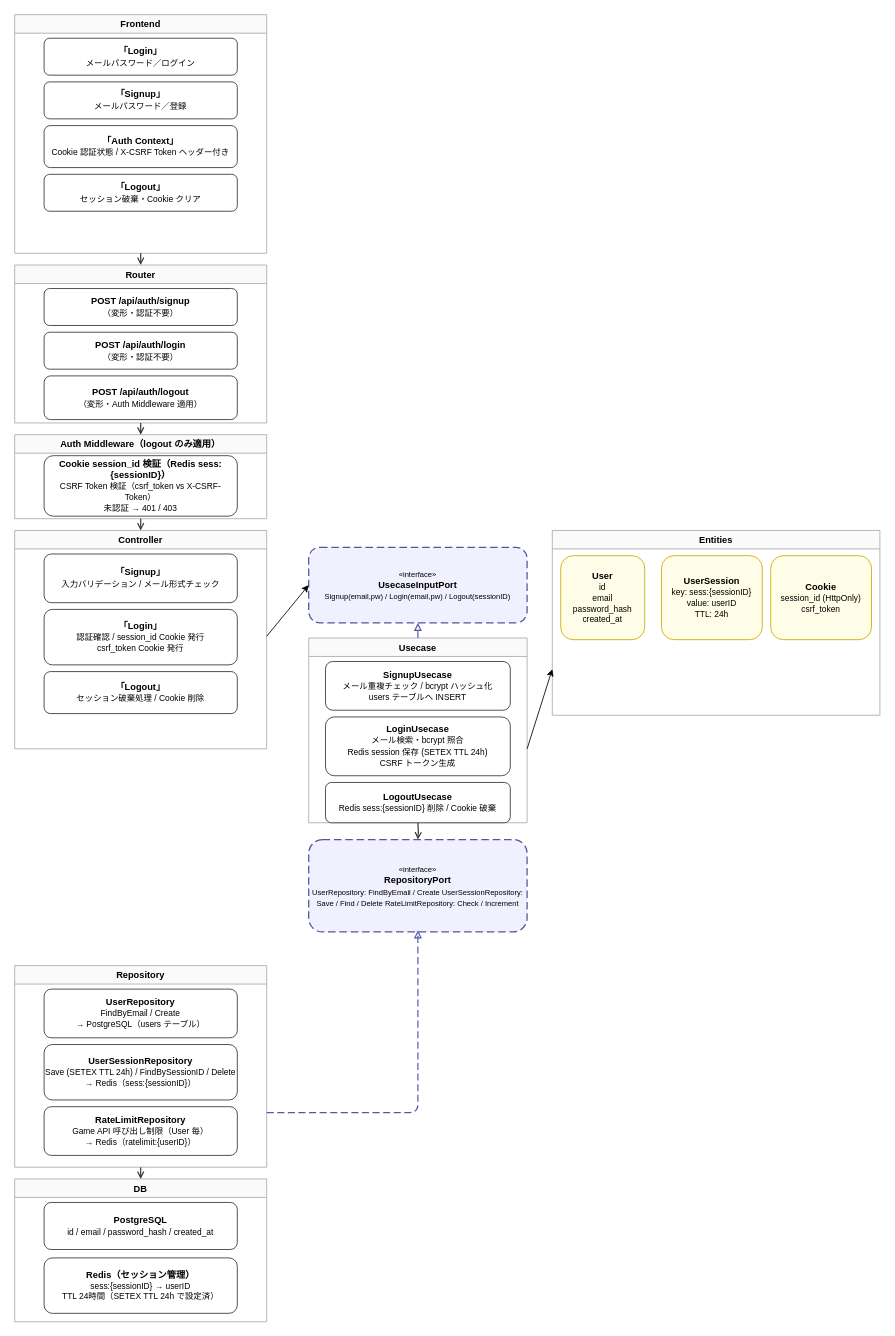
This is docs/アーキテクチャ.drawio from koezuka404/blackjack, a draw.io file, before an edit. Source tidied: cells renumbered, new cells numbered last; positions are measured from the earlier drawing's top-left corner, leaving out a move shared by most shapes. Both pictures are drawn from the tidied source at 84%, with x=0, y=0 at pixel (14, 14).
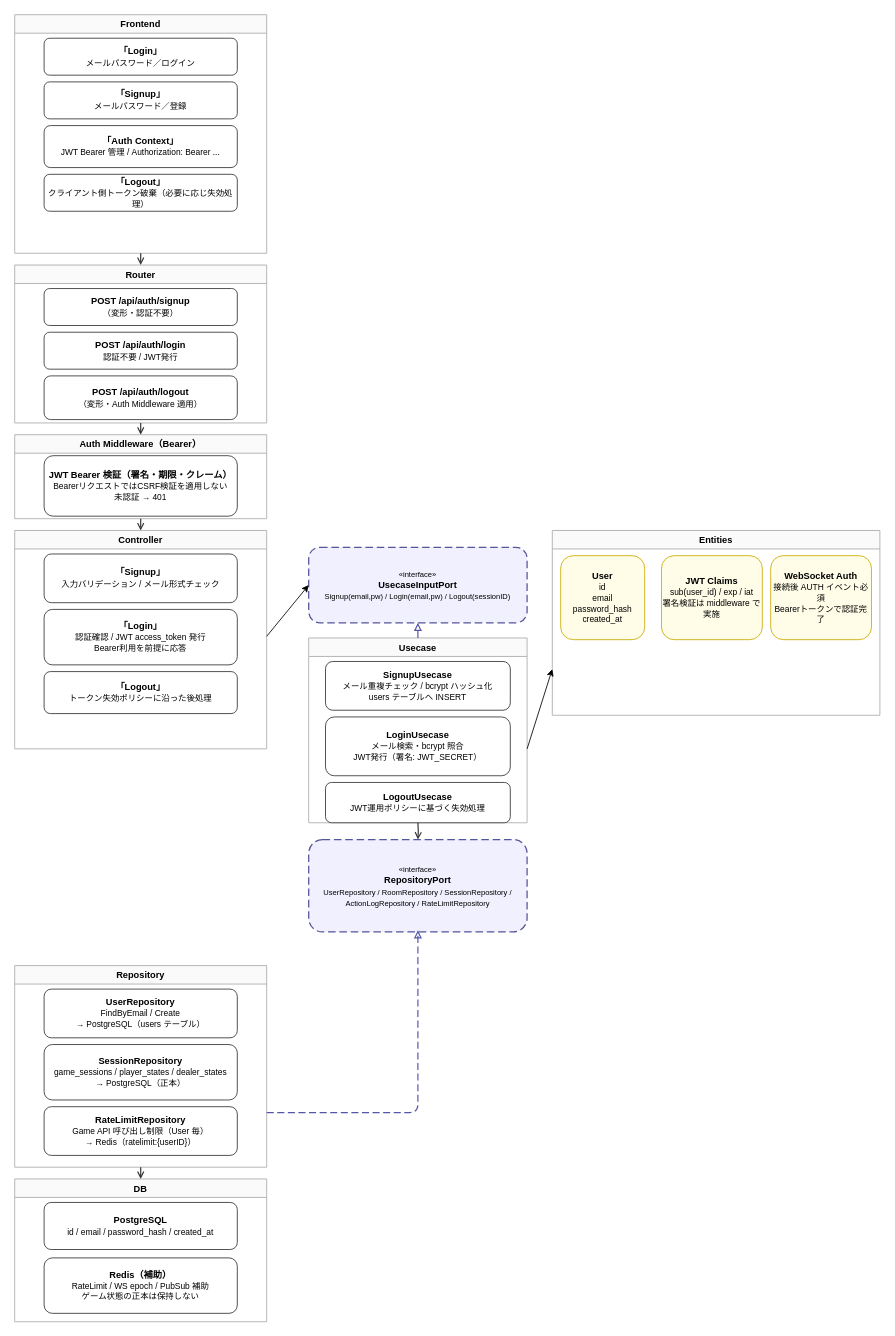
After the change.

The change refers to these unchanged cells:
```xml
<mxCell id="28" value="Entities" style="swimlane;startSize=22;fillColor=#FAFAFA;strokeColor=#AAAAAA;fontColor=#000000;fontStyle=1;fontSize=11;swimlaneLine=1;" parent="1" vertex="1">
  <mxGeometry x="640" y="614" width="390" height="220" as="geometry" />
</mxCell>
```

Diff of the diagram source:
```diff
@@
-    <mxCell id="5" value="&lt;b&gt;「Auth Context」&lt;/b&gt;&lt;br/&gt;&lt;font style=&quot;font-size:10px;&quot;&gt;Cookie 認証状態 / X-CSRF Token ヘッダー付き&lt;/font&gt;" style="rounded=1;whiteSpace=wrap;html=1;fillColor=#FFFFFF;strokeColor=#333333;fontColor=#000000;fontSize=11;align=center;verticalAlign=middle;strokeWidth=1;" parent="1" vertex="1">
+    <mxCell id="5" value="&lt;b&gt;「Auth Context」&lt;/b&gt;&lt;br/&gt;&lt;font style=&quot;font-size:10px;&quot;&gt;JWT Bearer 管理 / Authorization: Bearer ...&lt;/font&gt;" style="rounded=1;whiteSpace=wrap;html=1;fillColor=#FFFFFF;strokeColor=#333333;fontColor=#000000;fontSize=11;align=center;verticalAlign=middle;strokeWidth=1;" parent="1" vertex="1">
       <mxGeometry x="35" y="132" width="230" height="50" as="geometry" />
     </mxCell>
-    <mxCell id="6" value="&lt;b&gt;「Logout」&lt;/b&gt;&lt;br/&gt;&lt;font style=&quot;font-size:10px;&quot;&gt;セッション破棄・Cookie クリア&lt;/font&gt;" style="rounded=1;whiteSpace=wrap;html=1;fillColor=#FFFFFF;strokeColor=#333333;fontColor=#000000;fontSize=11;align=center;verticalAlign=middle;strokeWidth=1;" parent="1" vertex="1">
+    <mxCell id="6" value="&lt;b&gt;「Logout」&lt;/b&gt;&lt;br/&gt;&lt;font style=&quot;font-size:10px;&quot;&gt;クライアント側トークン破棄（必要に応じ失効処理）&lt;/font&gt;" style="rounded=1;whiteSpace=wrap;html=1;fillColor=#FFFFFF;strokeColor=#333333;fontColor=#000000;fontSize=11;align=center;verticalAlign=middle;strokeWidth=1;" parent="1" vertex="1">
       <mxGeometry x="35" y="190" width="230" height="44" as="geometry" />
     </mxCell>
@@
-    <mxCell id="10" value="&lt;b&gt;POST /api/auth/login&lt;/b&gt;&lt;br/&gt;&lt;font style=&quot;font-size:10px;&quot;&gt;（変形・認証不要）&lt;/font&gt;" style="rounded=1;whiteSpace=wrap;html=1;fillColor=#FFFFFF;strokeColor=#333333;fontColor=#000000;fontSize=11;align=center;verticalAlign=middle;strokeWidth=1;" parent="1" vertex="1">
+    <mxCell id="10" value="&lt;b&gt;POST /api/auth/login&lt;/b&gt;&lt;br/&gt;&lt;font style=&quot;font-size:10px;&quot;&gt;認証不要 / JWT発行&lt;/font&gt;" style="rounded=1;whiteSpace=wrap;html=1;fillColor=#FFFFFF;strokeColor=#333333;fontColor=#000000;fontSize=11;align=center;verticalAlign=middle;strokeWidth=1;" parent="1" vertex="1">
       <mxGeometry x="35" y="378" width="230" height="44" as="geometry" />
     </mxCell>
@@
-    <mxCell id="13" value="Auth Middleware（logout のみ適用）" style="swimlane;startSize=22;fillColor=#FAFAFA;strokeColor=#AAAAAA;fontColor=#000000;fontStyle=1;fontSize=11;swimlaneLine=1;" parent="1" vertex="1">
+    <mxCell id="13" value="Auth Middleware（Bearer）" style="swimlane;startSize=22;fillColor=#FAFAFA;strokeColor=#AAAAAA;fontColor=#000000;fontStyle=1;fontSize=11;swimlaneLine=1;" parent="1" vertex="1">
       <mxGeometry y="500" width="300" height="100" as="geometry" />
     </mxCell>
-    <mxCell id="14" value="&lt;b&gt;Cookie session_id 検証（Redis sess:{sessionID}）&lt;/b&gt;&lt;br/&gt;&lt;font style=&quot;font-size:10px;&quot;&gt;CSRF Token 検証（csrf_token vs X-CSRF-Token）&lt;/font&gt;&lt;br/&gt;&lt;font style=&quot;font-size:10px;&quot;&gt;未認証 → 401 / 403&lt;/font&gt;" style="rounded=1;whiteSpace=wrap;html=1;fillColor=#FFFFFF;strokeColor=#333333;fontColor=#000000;fontSize=11;align=center;verticalAlign=middle;strokeWidth=1;" parent="1" vertex="1">
+    <mxCell id="14" value="&lt;b&gt;JWT Bearer 検証（署名・期限・クレーム）&lt;/b&gt;&lt;br/&gt;&lt;font style=&quot;font-size:10px;&quot;&gt;BearerリクエストではCSRF検証を適用しない&lt;/font&gt;&lt;br/&gt;&lt;font style=&quot;font-size:10px;&quot;&gt;未認証 → 401&lt;/font&gt;" style="rounded=1;whiteSpace=wrap;html=1;fillColor=#FFFFFF;strokeColor=#333333;fontColor=#000000;fontSize=11;align=center;verticalAlign=middle;strokeWidth=1;" parent="1" vertex="1">
       <mxGeometry x="35" y="525" width="230" height="72" as="geometry" />
     </mxCell>
@@
-    <mxCell id="18" value="&lt;b&gt;「Login」&lt;/b&gt;&lt;br/&gt;&lt;font style=&quot;font-size:10px;&quot;&gt;認証確認 / session_id Cookie 発行&lt;/font&gt;&lt;br/&gt;&lt;font style=&quot;font-size:10px;&quot;&gt;csrf_token Cookie 発行&lt;/font&gt;" style="rounded=1;whiteSpace=wrap;html=1;fillColor=#FFFFFF;strokeColor=#333333;fontColor=#000000;fontSize=11;align=center;verticalAlign=middle;strokeWidth=1;" parent="1" vertex="1">
+    <mxCell id="18" value="&lt;b&gt;「Login」&lt;/b&gt;&lt;br/&gt;&lt;font style=&quot;font-size:10px;&quot;&gt;認証確認 / JWT access_token 発行&lt;/font&gt;&lt;br/&gt;&lt;font style=&quot;font-size:10px;&quot;&gt;Bearer利用を前提に応答&lt;/font&gt;" style="rounded=1;whiteSpace=wrap;html=1;fillColor=#FFFFFF;strokeColor=#333333;fontColor=#000000;fontSize=11;align=center;verticalAlign=middle;strokeWidth=1;" parent="1" vertex="1">
       <mxGeometry x="35" y="708" width="230" height="66" as="geometry" />
     </mxCell>
-    <mxCell id="19" value="&lt;b&gt;「Logout」&lt;/b&gt;&lt;br/&gt;&lt;font style=&quot;font-size:10px;&quot;&gt;セッション破棄処理 / Cookie 削除&lt;/font&gt;" style="rounded=1;whiteSpace=wrap;html=1;fillColor=#FFFFFF;strokeColor=#333333;fontColor=#000000;fontSize=11;align=center;verticalAlign=middle;strokeWidth=1;" parent="1" vertex="1">
+    <mxCell id="19" value="&lt;b&gt;「Logout」&lt;/b&gt;&lt;br/&gt;&lt;font style=&quot;font-size:10px;&quot;&gt;トークン失効ポリシーに沿った後処理&lt;/font&gt;" style="rounded=1;whiteSpace=wrap;html=1;fillColor=#FFFFFF;strokeColor=#333333;fontColor=#000000;fontSize=11;align=center;verticalAlign=middle;strokeWidth=1;" parent="1" vertex="1">
       <mxGeometry x="35" y="782" width="230" height="50" as="geometry" />
     </mxCell>
@@
-    <mxCell id="23" value="&lt;b&gt;LoginUsecase&lt;/b&gt;&lt;br/&gt;&lt;font style=&quot;font-size:10px;&quot;&gt;メール検索・bcrypt 照合&lt;/font&gt;&lt;br/&gt;&lt;font style=&quot;font-size:10px;&quot;&gt;Redis session 保存 (SETEX TTL 24h)&lt;/font&gt;&lt;br/&gt;&lt;font style=&quot;font-size:10px;&quot;&gt;CSRF トークン生成&lt;/font&gt;" style="rounded=1;whiteSpace=wrap;html=1;fillColor=#FFFFFF;strokeColor=#333333;fontColor=#000000;fontSize=11;align=center;verticalAlign=middle;strokeWidth=1;" parent="1" vertex="1">
+    <mxCell id="23" value="&lt;b&gt;LoginUsecase&lt;/b&gt;&lt;br/&gt;&lt;font style=&quot;font-size:10px;&quot;&gt;メール検索・bcrypt 照合&lt;/font&gt;&lt;br/&gt;&lt;font style=&quot;font-size:10px;&quot;&gt;JWT発行（署名: JWT_SECRET）&lt;/font&gt;" style="rounded=1;whiteSpace=wrap;html=1;fillColor=#FFFFFF;strokeColor=#333333;fontColor=#000000;fontSize=11;align=center;verticalAlign=middle;strokeWidth=1;" parent="1" vertex="1">
       <mxGeometry x="370" y="836" width="220" height="70" as="geometry" />
     </mxCell>
-    <mxCell id="24" value="&lt;b&gt;LogoutUsecase&lt;/b&gt;&lt;br/&gt;&lt;font style=&quot;font-size:10px;&quot;&gt;Redis sess:{sessionID} 削除 / Cookie 破棄&lt;/font&gt;" style="rounded=1;whiteSpace=wrap;html=1;fillColor=#FFFFFF;strokeColor=#333333;fontColor=#000000;fontSize=11;align=center;verticalAlign=middle;strokeWidth=1;" parent="1" vertex="1">
+    <mxCell id="24" value="&lt;b&gt;LogoutUsecase&lt;/b&gt;&lt;br/&gt;&lt;font style=&quot;font-size:10px;&quot;&gt;JWT運用ポリシーに基づく失効処理&lt;/font&gt;" style="rounded=1;whiteSpace=wrap;html=1;fillColor=#FFFFFF;strokeColor=#333333;fontColor=#000000;fontSize=11;align=center;verticalAlign=middle;strokeWidth=1;" parent="1" vertex="1">
       <mxGeometry x="370" y="914" width="220" height="48" as="geometry" />
     </mxCell>
@@
-    <mxCell id="26" value="&lt;font style=&quot;font-size:9px;&quot;&gt;«interface»&lt;/font&gt;&lt;br/&gt;&lt;b&gt;RepositoryPort&lt;/b&gt;&lt;br/&gt;&lt;font style=&quot;font-size:9px;&quot;&gt;UserRepository: FindByEmail / Create UserSessionRepository: Save / Find / Delete RateLimitRepository: Check / Increment&lt;/font&gt;" style="rounded=1;whiteSpace=wrap;html=1;fillColor=#F0F0FF;strokeColor=#555599;fontColor=#000000;fontSize=11;align=center;verticalAlign=middle;dashed=1;dashPattern=6 3;strokeWidth=1.5;" parent="1" vertex="1">
+    <mxCell id="26" value="&lt;font style=&quot;font-size:9px;&quot;&gt;«interface»&lt;/font&gt;&lt;br/&gt;&lt;b&gt;RepositoryPort&lt;/b&gt;&lt;br/&gt;&lt;font style=&quot;font-size:9px;&quot;&gt;UserRepository / RoomRepository / SessionRepository / ActionLogRepository / RateLimitRepository&lt;/font&gt;" style="rounded=1;whiteSpace=wrap;html=1;fillColor=#F0F0FF;strokeColor=#555599;fontColor=#000000;fontSize=11;align=center;verticalAlign=middle;dashed=1;dashPattern=6 3;strokeWidth=1.5;" parent="1" vertex="1">
       <mxGeometry x="350" y="982" width="260" height="110" as="geometry" />
     </mxCell>
@@
-    <mxCell id="29" value="&lt;b&gt;Cookie&lt;/b&gt;&lt;br/&gt;&lt;font style=&quot;font-size:10px;&quot;&gt;session_id (HttpOnly)&lt;/font&gt;&lt;br/&gt;&lt;font style=&quot;font-size:10px;&quot;&gt;csrf_token&lt;/font&gt;" style="rounded=1;whiteSpace=wrap;html=1;fillColor=#FFFDE7;strokeColor=#CCAA00;fontColor=#000000;fontSize=11;align=center;verticalAlign=middle;strokeWidth=1;" parent="28" vertex="1">
+    <mxCell id="29" value="&lt;b&gt;WebSocket Auth&lt;/b&gt;&lt;br/&gt;&lt;font style=&quot;font-size:10px;&quot;&gt;接続後 AUTH イベント必須&lt;/font&gt;&lt;br/&gt;&lt;font style=&quot;font-size:10px;&quot;&gt;Bearerトークンで認証完了&lt;/font&gt;" style="rounded=1;whiteSpace=wrap;html=1;fillColor=#FFFDE7;strokeColor=#CCAA00;fontColor=#000000;fontSize=11;align=center;verticalAlign=middle;strokeWidth=1;" parent="28" vertex="1">
       <mxGeometry x="260" y="30" width="120" height="100" as="geometry" />
     </mxCell>
-    <mxCell id="30" value="&lt;b&gt;UserSession&lt;/b&gt;&lt;br/&gt;&lt;font style=&quot;font-size:10px;&quot;&gt;key: sess:{sessionID}&lt;/font&gt;&lt;br/&gt;&lt;font style=&quot;font-size:10px;&quot;&gt;value: userID&lt;/font&gt;&lt;br/&gt;&lt;font style=&quot;font-size:10px;&quot;&gt;TTL: 24h&lt;/font&gt;" style="rounded=1;whiteSpace=wrap;html=1;fillColor=#FFFDE7;strokeColor=#CCAA00;fontColor=#000000;fontSize=11;align=center;verticalAlign=middle;strokeWidth=1;" parent="28" vertex="1">
+    <mxCell id="30" value="&lt;b&gt;JWT Claims&lt;/b&gt;&lt;br/&gt;&lt;font style=&quot;font-size:10px;&quot;&gt;sub(user_id) / exp / iat&lt;/font&gt;&lt;br/&gt;&lt;font style=&quot;font-size:10px;&quot;&gt;署名検証は middleware で実施&lt;/font&gt;" style="rounded=1;whiteSpace=wrap;html=1;fillColor=#FFFDE7;strokeColor=#CCAA00;fontColor=#000000;fontSize=11;align=center;verticalAlign=middle;strokeWidth=1;" parent="28" vertex="1">
       <mxGeometry x="130" y="30" width="120" height="100" as="geometry" />
     </mxCell>
@@
-    <mxCell id="34" value="&lt;b&gt;UserSessionRepository&lt;/b&gt;&lt;br/&gt;&lt;font style=&quot;font-size:10px;&quot;&gt;Save (SETEX TTL 24h) / FindBySessionID / Delete&lt;/font&gt;&lt;br/&gt;&lt;font style=&quot;font-size:10px;&quot;&gt;→ Redis（sess:{sessionID}）&lt;/font&gt;" style="rounded=1;whiteSpace=wrap;html=1;fillColor=#FFFFFF;strokeColor=#333333;fontColor=#000000;fontSize=11;align=center;verticalAlign=middle;strokeWidth=1;" parent="1" vertex="1">
+    <mxCell id="34" value="&lt;b&gt;SessionRepository&lt;/b&gt;&lt;br/&gt;&lt;font style=&quot;font-size:10px;&quot;&gt;game_sessions / player_states / dealer_states&lt;/font&gt;&lt;br/&gt;&lt;font style=&quot;font-size:10px;&quot;&gt;→ PostgreSQL（正本）&lt;/font&gt;" style="rounded=1;whiteSpace=wrap;html=1;fillColor=#FFFFFF;strokeColor=#333333;fontColor=#000000;fontSize=11;align=center;verticalAlign=middle;strokeWidth=1;" parent="1" vertex="1">
       <mxGeometry x="35" y="1226" width="230" height="66" as="geometry" />
     </mxCell>
@@
-    <mxCell id="40" value="&lt;b&gt;Redis（セッション管理）&lt;/b&gt;&lt;br/&gt;&lt;font style=&quot;font-size:10px;&quot;&gt;sess:{sessionID} → userID&lt;/font&gt;&lt;br/&gt;&lt;font style=&quot;font-size:10px;&quot;&gt;TTL 24時間（SETEX TTL 24h で設定済）&lt;/font&gt;" style="rounded=1;whiteSpace=wrap;html=1;fillColor=#FFFFFF;strokeColor=#333333;fontColor=#000000;fontSize=11;align=center;verticalAlign=middle;strokeWidth=1;" parent="1" vertex="1">
+    <mxCell id="40" value="&lt;b&gt;Redis（補助）&lt;/b&gt;&lt;br/&gt;&lt;font style=&quot;font-size:10px;&quot;&gt;RateLimit / WS epoch / PubSub 補助&lt;/font&gt;&lt;br/&gt;&lt;font style=&quot;font-size:10px;&quot;&gt;ゲーム状態の正本は保持しない&lt;/font&gt;" style="rounded=1;whiteSpace=wrap;html=1;fillColor=#FFFFFF;strokeColor=#333333;fontColor=#000000;fontSize=11;align=center;verticalAlign=middle;strokeWidth=1;" parent="1" vertex="1">
       <mxGeometry x="35" y="1480" width="230" height="66" as="geometry" />
     </mxCell>
```
